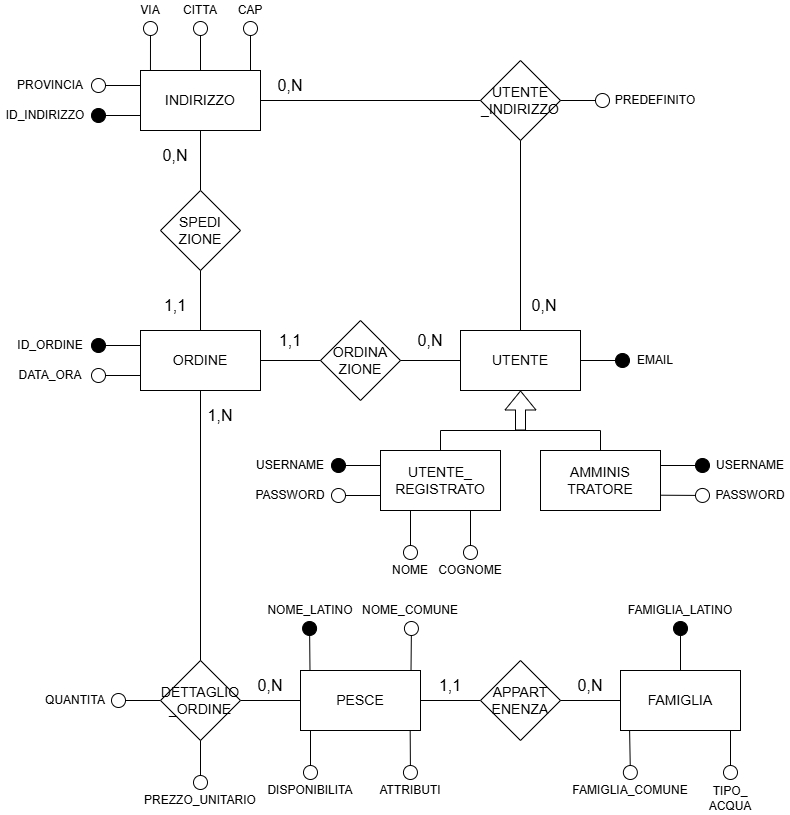
This is Progettazione/Database/ER.png from Obliteratore/ProgettoTechWeb, a draw.io export, as it was before one commit. Source tidied: cells renumbered, new cells last; positions are measured from the earlier drawing's top-left corner, leaving out a move shared by most shapes.
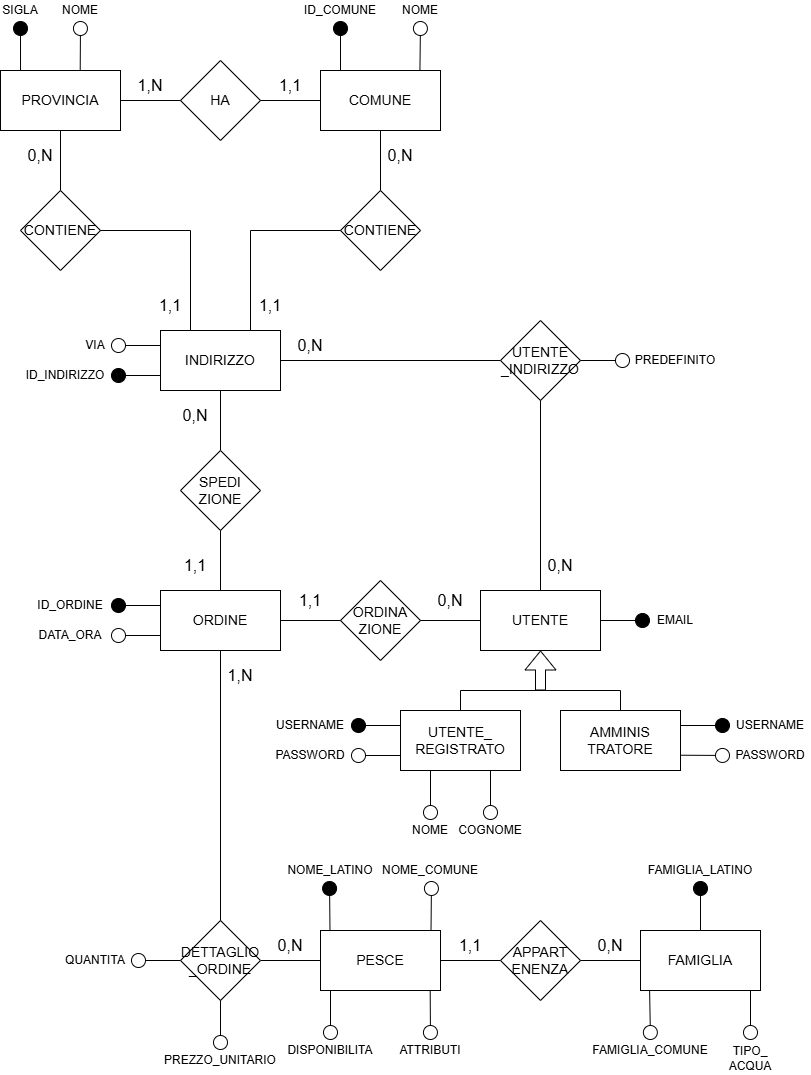
Later version of the same file.

Change to the diagram source:
```diff
@@ -176,7 +176,7 @@
       <mxGeometry x="260" y="70" width="60" height="30" as="geometry" />
     </mxCell>
     <mxCell id="53" value="0,N" style="text;html=1;whiteSpace=wrap;strokeColor=none;fillColor=none;align=center;verticalAlign=middle;rounded=0;fontSize=16;" parent="1" vertex="1">
-      <mxGeometry x="514" y="290" width="60" height="30" as="geometry" />
+      <mxGeometry x="510" y="290" width="60" height="30" as="geometry" />
     </mxCell>
     <mxCell id="54" style="endArrow=none;html=1;rounded=0;entryX=0.5;entryY=1;entryDx=0;entryDy=0;" parent="1" edge="1" target="48">
       <mxGeometry relative="1" as="geometry">
@@ -208,34 +208,14 @@
     <mxCell id="61" value="PREDEFINITO" style="text;html=1;align=center;verticalAlign=middle;whiteSpace=wrap;rounded=0;" parent="1" vertex="1">
       <mxGeometry x="610" y="90" width="90" height="20" as="geometry" />
     </mxCell>
-    <mxCell id="62" style="html=1;verticalAlign=bottom;startArrow=circle;startFill=0;endArrow=none;startSize=6;endSize=8;curved=0;rounded=0;entryX=0.083;entryY=0;entryDx=0;entryDy=0;entryPerimeter=0;exitX=0.5;exitY=1;exitDx=0;exitDy=0;" parent="1" edge="1" source="63" target="48">
-      <mxGeometry relative="1" as="geometry" />
-    </mxCell>
     <mxCell id="63" value="VIA" style="text;html=1;align=center;verticalAlign=middle;whiteSpace=wrap;rounded=0;" parent="1" vertex="1">
-      <mxGeometry x="120" width="60" height="20" as="geometry" />
+      <mxGeometry x="60" y="75" width="30" height="20" as="geometry" />
     </mxCell>
-    <mxCell id="64" style="html=1;verticalAlign=bottom;startArrow=circle;startFill=0;endArrow=none;startSize=6;endSize=8;curved=0;rounded=0;entryX=0.083;entryY=0;entryDx=0;entryDy=0;entryPerimeter=0;exitX=0.5;exitY=1;exitDx=0;exitDy=0;" parent="1" edge="1" source="65">
-      <mxGeometry relative="1" as="geometry">
-        <mxPoint x="200" y="70" as="targetPoint" />
-      </mxGeometry>
-    </mxCell>
-    <mxCell id="65" value="CITTA" style="text;html=1;align=center;verticalAlign=middle;whiteSpace=wrap;rounded=0;" parent="1" vertex="1">
-      <mxGeometry x="170" width="60" height="20" as="geometry" />
-    </mxCell>
-    <mxCell id="66" style="html=1;verticalAlign=bottom;startArrow=circle;startFill=0;endArrow=none;startSize=6;endSize=8;curved=0;rounded=0;entryX=0.083;entryY=0;entryDx=0;entryDy=0;entryPerimeter=0;exitX=0.5;exitY=1;exitDx=0;exitDy=0;" parent="1" edge="1" source="67">
-      <mxGeometry relative="1" as="geometry">
-        <mxPoint x="250" y="70" as="targetPoint" />
-      </mxGeometry>
-    </mxCell>
-    <mxCell id="67" value="CAP" style="text;html=1;align=center;verticalAlign=middle;whiteSpace=wrap;rounded=0;" parent="1" vertex="1">
-      <mxGeometry x="220" width="60" height="20" as="geometry" />
-    </mxCell>
-    <mxCell id="68" style="html=1;verticalAlign=bottom;startArrow=circle;startFill=0;endArrow=none;startSize=6;endSize=8;curved=0;rounded=0;entryX=0;entryY=0.25;entryDx=0;entryDy=0;" parent="1" edge="1" source="69" target="48">
-      <mxGeometry relative="1" as="geometry" />
+    <mxCell id="68" style="html=1;verticalAlign=bottom;startArrow=circle;startFill=0;endArrow=none;startSize=6;endSize=8;curved=0;rounded=0;entryX=0;entryY=0.25;entryDx=0;entryDy=0;" parent="1" edge="1" target="48">
+      <mxGeometry relative="1" as="geometry">
+        <mxPoint x="90" y="85" as="sourcePoint" />
+      </mxGeometry>
     </mxCell>
-    <mxCell id="69" value="PROVINCIA" style="text;html=1;align=center;verticalAlign=middle;whiteSpace=wrap;rounded=0;" parent="1" vertex="1">
-      <mxGeometry x="10" y="70" width="80" height="30" as="geometry" />
-    </mxCell>
     <mxCell id="70" value="ID_INDIRIZZO" style="text;html=1;align=center;verticalAlign=middle;whiteSpace=wrap;rounded=0;" parent="1" vertex="1">
       <mxGeometry y="100" width="90" height="30" as="geometry" />
     </mxCell>
@@ -292,5 +272,100 @@
     <mxCell id="85" value="TIPO_&lt;div&gt;ACQUA&lt;/div&gt;" style="text;html=1;align=center;verticalAlign=middle;whiteSpace=wrap;rounded=0;" parent="1" vertex="1">
       <mxGeometry x="690" y="780" width="80" height="35" as="geometry" />
     </mxCell>
+    <mxCell id="69" value="PROVINCIA" style="rounded=0;whiteSpace=wrap;html=1;fontSize=14;" parent="1" vertex="1">
+      <mxGeometry x="-20" y="-190" width="120" height="60" as="geometry" />
+    </mxCell>
+    <mxCell id="86" value="COMUNE" style="rounded=0;whiteSpace=wrap;html=1;fontSize=14;" parent="1" vertex="1">
+      <mxGeometry x="300" y="-190" width="120" height="60" as="geometry" />
+    </mxCell>
+    <mxCell id="87" value="CONTIENE" style="rhombus;whiteSpace=wrap;html=1;fontSize=14;" parent="1" vertex="1">
+      <mxGeometry y="-70" width="80" height="80" as="geometry" />
+    </mxCell>
+    <mxCell id="88" value="CONTIENE" style="rhombus;whiteSpace=wrap;html=1;fontSize=14;" parent="1" vertex="1">
+      <mxGeometry x="320" y="-70" width="80" height="80" as="geometry" />
+    </mxCell>
+    <mxCell id="89" value="HA" style="rhombus;whiteSpace=wrap;html=1;fontSize=14;" parent="1" vertex="1">
+      <mxGeometry x="160" y="-200" width="80" height="80" as="geometry" />
+    </mxCell>
+    <mxCell id="90" style="endArrow=none;html=1;rounded=0;exitX=0.25;exitY=0;exitDx=0;exitDy=0;" parent="1" edge="1" source="48">
+      <mxGeometry relative="1" as="geometry">
+        <mxPoint x="170" y="-30" as="targetPoint" />
+      </mxGeometry>
+    </mxCell>
+    <mxCell id="91" style="endArrow=none;html=1;rounded=0;exitX=0.75;exitY=0;exitDx=0;exitDy=0;" parent="1" edge="1" source="48">
+      <mxGeometry relative="1" as="geometry">
+        <mxPoint x="230" y="-30" as="targetPoint" />
+      </mxGeometry>
+    </mxCell>
+    <mxCell id="92" style="endArrow=none;html=1;rounded=0;exitX=1;exitY=0.5;exitDx=0;exitDy=0;" parent="1" edge="1" source="87">
+      <mxGeometry relative="1" as="geometry">
+        <mxPoint x="170" y="-30" as="targetPoint" />
+      </mxGeometry>
+    </mxCell>
+    <mxCell id="93" style="endArrow=none;html=1;rounded=0;entryX=0;entryY=0.5;entryDx=0;entryDy=0;" parent="1" edge="1" target="88">
+      <mxGeometry relative="1" as="geometry">
+        <mxPoint x="230" y="-30" as="sourcePoint" />
+      </mxGeometry>
+    </mxCell>
+    <mxCell id="94" style="endArrow=none;html=1;rounded=0;entryX=0.5;entryY=1;entryDx=0;entryDy=0;exitX=0.5;exitY=0;exitDx=0;exitDy=0;" parent="1" edge="1" source="87" target="69">
+      <mxGeometry relative="1" as="geometry" />
+    </mxCell>
+    <mxCell id="95" style="endArrow=none;html=1;rounded=0;entryX=0.5;entryY=1;entryDx=0;entryDy=0;exitX=0.5;exitY=0;exitDx=0;exitDy=0;" parent="1" edge="1" source="88" target="86">
+      <mxGeometry relative="1" as="geometry" />
+    </mxCell>
+    <mxCell id="96" style="endArrow=none;html=1;rounded=0;entryX=0;entryY=0.5;entryDx=0;entryDy=0;exitX=1;exitY=0.5;exitDx=0;exitDy=0;" parent="1" edge="1" source="69" target="89">
+      <mxGeometry relative="1" as="geometry" />
+    </mxCell>
+    <mxCell id="97" style="endArrow=none;html=1;rounded=0;entryX=0;entryY=0.5;entryDx=0;entryDy=0;exitX=1;exitY=0.5;exitDx=0;exitDy=0;" parent="1" edge="1" source="89" target="86">
+      <mxGeometry relative="1" as="geometry" />
+    </mxCell>
+    <mxCell id="98" value="1,N" style="text;html=1;whiteSpace=wrap;strokeColor=none;fillColor=none;align=center;verticalAlign=middle;rounded=0;fontSize=16;" parent="1" vertex="1">
+      <mxGeometry x="100" y="-190" width="60" height="30" as="geometry" />
+    </mxCell>
+    <mxCell id="99" value="1,1" style="text;html=1;whiteSpace=wrap;strokeColor=none;fillColor=none;align=center;verticalAlign=middle;rounded=0;fontSize=16;" parent="1" vertex="1">
+      <mxGeometry x="240" y="-190" width="60" height="30" as="geometry" />
+    </mxCell>
+    <mxCell id="100" value="0,N" style="text;html=1;whiteSpace=wrap;strokeColor=none;fillColor=none;align=center;verticalAlign=middle;rounded=0;fontSize=16;" parent="1" vertex="1">
+      <mxGeometry x="-10" y="-120" width="60" height="30" as="geometry" />
+    </mxCell>
+    <mxCell id="101" value="0,N" style="text;html=1;whiteSpace=wrap;strokeColor=none;fillColor=none;align=center;verticalAlign=middle;rounded=0;fontSize=16;" parent="1" vertex="1">
+      <mxGeometry x="350" y="-120" width="60" height="30" as="geometry" />
+    </mxCell>
+    <mxCell id="102" value="1,1" style="text;html=1;whiteSpace=wrap;strokeColor=none;fillColor=none;align=center;verticalAlign=middle;rounded=0;fontSize=16;" parent="1" vertex="1">
+      <mxGeometry x="120" y="30" width="60" height="30" as="geometry" />
+    </mxCell>
+    <mxCell id="103" value="1,1" style="text;html=1;whiteSpace=wrap;strokeColor=none;fillColor=none;align=center;verticalAlign=middle;rounded=0;fontSize=16;" parent="1" vertex="1">
+      <mxGeometry x="220" y="30" width="60" height="30" as="geometry" />
+    </mxCell>
+    <mxCell id="104" style="html=1;verticalAlign=bottom;startArrow=circle;startFill=1;endArrow=none;startSize=6;endSize=8;curved=0;rounded=0;anchorPointDirection=1;entryX=0.167;entryY=0;entryDx=0;entryDy=0;entryPerimeter=0;exitX=0.5;exitY=1;exitDx=0;exitDy=0;" parent="1" edge="1" source="106" target="69">
+      <mxGeometry relative="1" as="geometry" />
+    </mxCell>
+    <mxCell id="105" style="html=1;verticalAlign=bottom;startArrow=circle;startFill=1;endArrow=none;startSize=6;endSize=8;curved=0;rounded=0;anchorPointDirection=1;exitX=0.5;exitY=1;exitDx=0;exitDy=0;" parent="1" edge="1" source="108">
+      <mxGeometry relative="1" as="geometry">
+        <mxPoint x="320" y="-190" as="targetPoint" />
+      </mxGeometry>
+    </mxCell>
+    <mxCell id="106" value="SIGLA" style="text;html=1;align=center;verticalAlign=middle;whiteSpace=wrap;rounded=0;" parent="1" vertex="1">
+      <mxGeometry x="-20" y="-260" width="40" height="20" as="geometry" />
+    </mxCell>
+    <mxCell id="107" value="NOME" style="text;html=1;align=center;verticalAlign=middle;whiteSpace=wrap;rounded=0;" parent="1" vertex="1">
+      <mxGeometry x="40" y="-260" width="40" height="20" as="geometry" />
+    </mxCell>
+    <mxCell id="108" value="ID_COMUNE" style="text;html=1;align=center;verticalAlign=middle;whiteSpace=wrap;rounded=0;" parent="1" vertex="1">
+      <mxGeometry x="280" y="-260" width="80" height="20" as="geometry" />
+    </mxCell>
+    <mxCell id="109" value="NOME" style="text;html=1;align=center;verticalAlign=middle;whiteSpace=wrap;rounded=0;" parent="1" vertex="1">
+      <mxGeometry x="380" y="-260" width="40" height="20" as="geometry" />
+    </mxCell>
+    <mxCell id="110" style="html=1;verticalAlign=bottom;startArrow=circle;startFill=0;endArrow=none;startSize=6;endSize=8;curved=0;rounded=0;entryX=0.921;entryY=-0.009;entryDx=0;entryDy=0;entryPerimeter=0;exitX=0.5;exitY=1;exitDx=0;exitDy=0;" parent="1" edge="1" source="107">
+      <mxGeometry relative="1" as="geometry">
+        <mxPoint x="59.7" y="-190" as="targetPoint" />
+      </mxGeometry>
+    </mxCell>
+    <mxCell id="111" style="html=1;verticalAlign=bottom;startArrow=circle;startFill=0;endArrow=none;startSize=6;endSize=8;curved=0;rounded=0;entryX=0.921;entryY=-0.009;entryDx=0;entryDy=0;entryPerimeter=0;exitX=0.5;exitY=1;exitDx=0;exitDy=0;" parent="1" edge="1" source="109">
+      <mxGeometry relative="1" as="geometry">
+        <mxPoint x="399.4" y="-190" as="targetPoint" />
+      </mxGeometry>
+    </mxCell>
   </root>
 </mxGraphModel>
```
